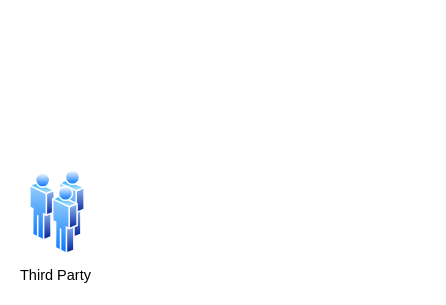
Earlier version of the draw.io diagram page "External process" (3 of 3) of icurity.drawio (tyger-rareatom/consulting-architectures). Source tidied: cells renumbered, new cells numbered last; positions are measured from the earlier drawing's top-left corner, leaving out a move shared by most shapes. Both pictures are drawn from the tidied source at 121%, with x=0, y=0 at pixel (29, 169).
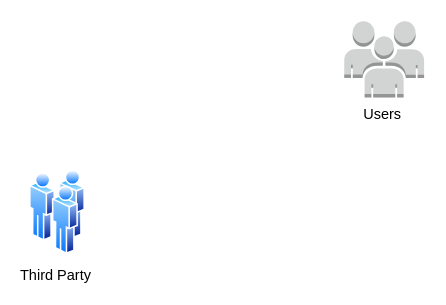
Above is the later version.

Change to the diagram source:
```diff
@@
 <mxGraphModel>
   <root>
     <mxCell id="0" />
     <mxCell id="1" parent="0" />
     <mxCell id="2" value="Third Party&amp;nbsp;" style="perimeter=ellipsePerimeter;html=1;align=center;shadow=0;dashed=0;spacingTop=3;image;image=img/lib/active_directory/users.svg;" parent="1" vertex="1">
       <mxGeometry width="46.2" height="70" as="geometry" />
     </mxCell>
+    <mxCell id="3" value="Users&amp;nbsp;" style="dashed=0;verticalLabelPosition=bottom;verticalAlign=top;align=center;html=1;shape=mxgraph.aws3.users;fillColor=#D2D3D3;gradientColor=none;" parent="1" vertex="1">
+      <mxGeometry x="260" y="-123" width="66" height="63" as="geometry" />
+    </mxCell>
   </root>
 </mxGraphModel>
```
